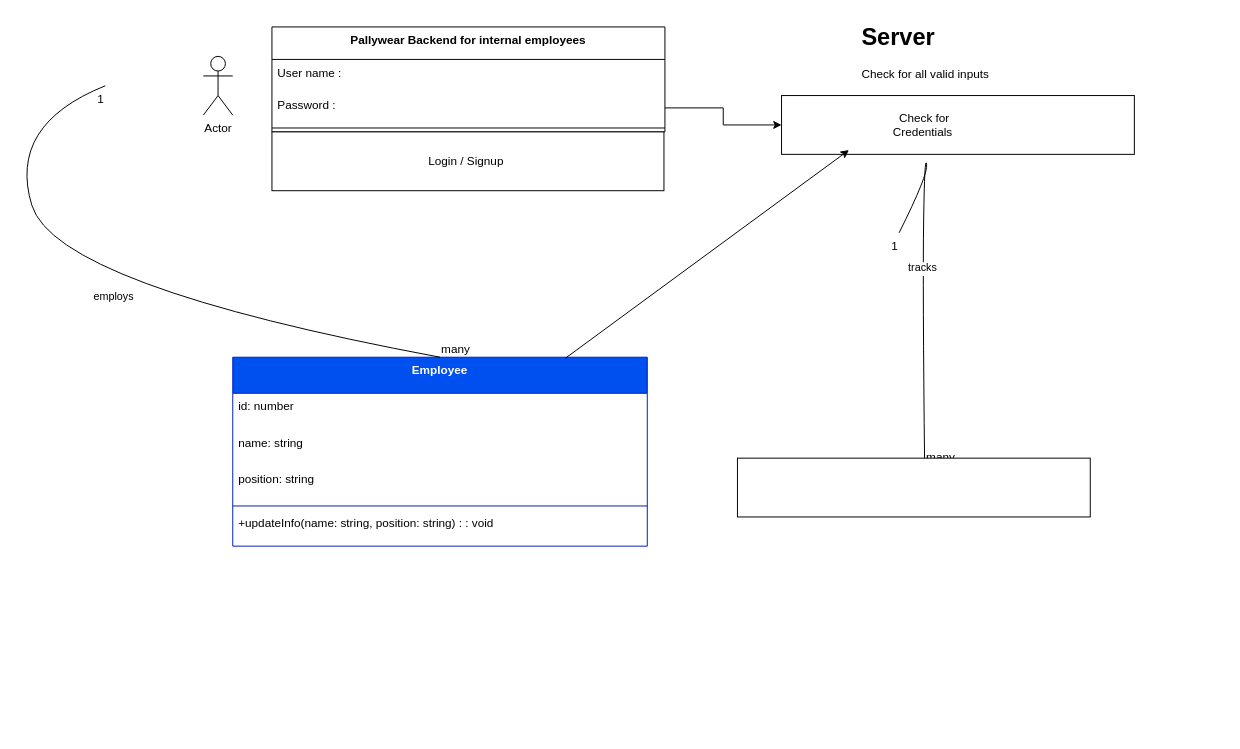
Above: page "Login Page" (1 of 6) of Untitled Diagram.drawio in Javeethgit/developer-roadmap (draw.io), before the change. Source tidied: cells renumbered, new cells numbered last; positions are measured from the earlier drawing's top-left corner, leaving out a move shared by most shapes. Both pictures are drawn from the tidied source at 98%, with x=0, y=0 at pixel (7, 17).
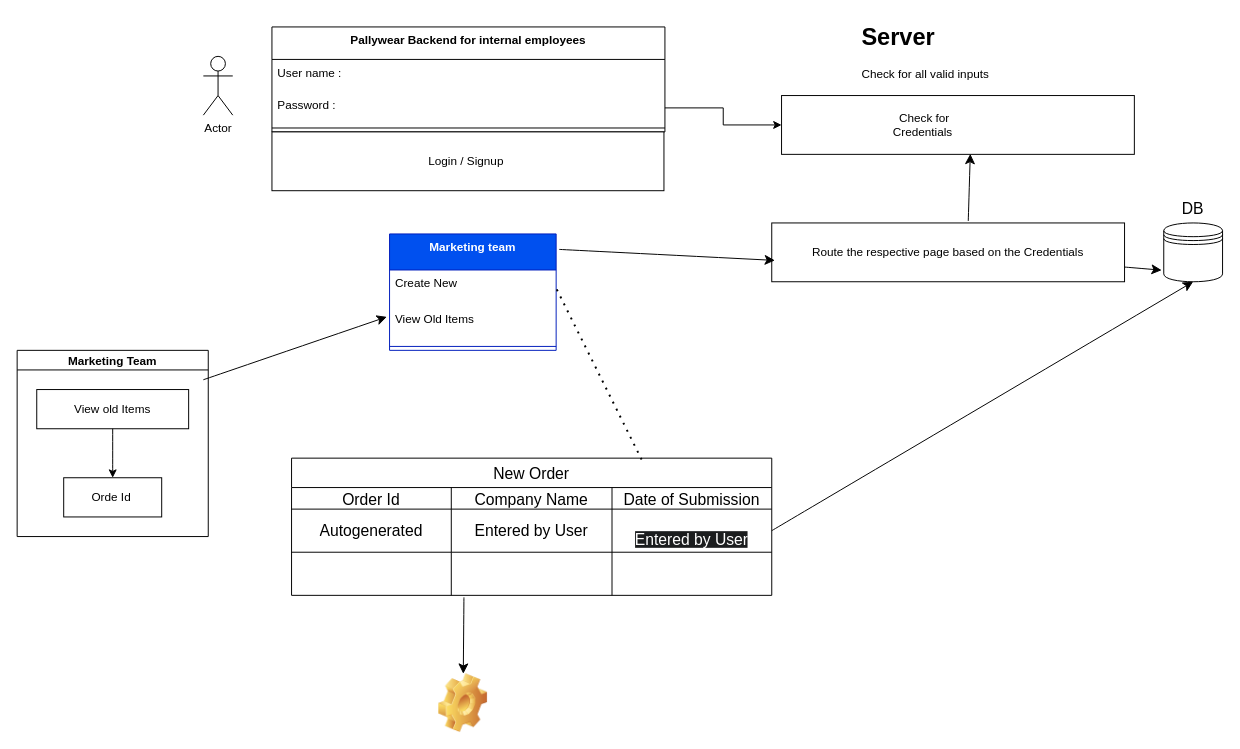
Above is the later version.

Unchanged cells that the change refers to:
```xml
<mxCell id="20" style="rounded=0;whiteSpace=wrap;html=1;" parent="1" vertex="1">
  <mxGeometry x="790" y="80" width="360" height="60" as="geometry" />
</mxCell>
```

What changed in the source:
```diff
@@
-    <mxCell id="6" value="Employee" style="swimlane;fontStyle=1;align=center;verticalAlign=top;horizontal=1;startSize=36.8;fillColor=#0050ef;strokeColor=#001DBC;fontColor=#ffffff;" parent="1" vertex="1">
-      <mxGeometry x="230" y="347" width="423" height="192.8" as="geometry" />
+    <mxCell id="6" value="Marketing team" style="swimlane;fontStyle=1;align=center;verticalAlign=top;horizontal=1;startSize=36.8;fillColor=#0050ef;strokeColor=#001DBC;fontColor=#ffffff;" parent="1" vertex="1">
+      <mxGeometry x="390" y="221.2" width="170" height="118.8" as="geometry" />
     </mxCell>
-    <mxCell id="7" value="id: number" style="text;strokeColor=none;fillColor=none;align=left;verticalAlign=top;spacingLeft=4;spacingRight=4;overflow=hidden;points=[[0,0.5],[1,0.5]];portConstraint=eastwest;" parent="6" vertex="1">
-      <mxGeometry y="36.8" width="423" height="37" as="geometry" />
+    <mxCell id="7" value="Create New " style="text;strokeColor=none;fillColor=none;align=left;verticalAlign=top;spacingLeft=4;spacingRight=4;overflow=hidden;points=[[0,0.5],[1,0.5]];portConstraint=eastwest;" parent="6" vertex="1">
+      <mxGeometry y="36.8" width="170" height="37" as="geometry" />
     </mxCell>
-    <mxCell id="8" value="name: string" style="text;strokeColor=none;fillColor=none;align=left;verticalAlign=top;spacingLeft=4;spacingRight=4;overflow=hidden;points=[[0,0.5],[1,0.5]];portConstraint=eastwest;" parent="6" vertex="1">
-      <mxGeometry y="73.8" width="423" height="37" as="geometry" />
+    <mxCell id="8" value="View Old Items" style="text;strokeColor=none;fillColor=none;align=left;verticalAlign=top;spacingLeft=4;spacingRight=4;overflow=hidden;points=[[0,0.5],[1,0.5]];portConstraint=eastwest;" parent="6" vertex="1">
+      <mxGeometry y="73.8" width="170" height="37" as="geometry" />
     </mxCell>
-    <mxCell id="9" value="position: string" style="text;strokeColor=none;fillColor=none;align=left;verticalAlign=top;spacingLeft=4;spacingRight=4;overflow=hidden;" parent="6" vertex="1">
-      <mxGeometry y="110.8" width="423" height="37" as="geometry" />
-    </mxCell>
     <mxCell id="10" style="line;strokeWidth=1;fillColor=none;align=left;verticalAlign=middle;spacingTop=-1;spacingLeft=3;spacingRight=3;labelPosition=right;strokeColor=inherit;" parent="6" vertex="1">
-      <mxGeometry y="147.8" width="423" height="8" as="geometry" />
+      <mxGeometry y="110.8" width="170" height="8" as="geometry" />
     </mxCell>
-    <mxCell id="11" value="+updateInfo(name: string, position: string) : : void" style="text;strokeColor=none;fillColor=none;align=left;verticalAlign=top;spacingLeft=4;spacingRight=4;overflow=hidden;" parent="6" vertex="1">
-      <mxGeometry y="155.8" width="423" height="37" as="geometry" />
-    </mxCell>
-    <mxCell id="12" value="employs" style="curved=1;startArrow=none;endArrow=none;entryX=0.5;entryY=0;" parent="1" edge="1" target="6">
-      <mxGeometry relative="1" as="geometry">
-        <mxPoint x="100" y="70" as="sourcePoint" />
-        <Array as="points">
-          <mxPoint y="110" />
-          <mxPoint x="50" y="274" />
-        </Array>
-      </mxGeometry>
-    </mxCell>
-    <mxCell id="13" value="1" style="edgeLabel;labelBackgroundColor=none;fontSize=12;align=right;verticalAlign=top;" parent="12" vertex="1">
-      <mxGeometry x="-1" relative="1" as="geometry" />
-    </mxCell>
-    <mxCell id="14" value="many" style="edgeLabel;labelBackgroundColor=none;fontSize=12;align=left;verticalAlign=bottom;" parent="12" vertex="1">
-      <mxGeometry x="1" relative="1" as="geometry" />
-    </mxCell>
-    <mxCell id="15" value="tracks" style="curved=1;startArrow=none;endArrow=none;entryX=0.5;entryY=0;" parent="1" edge="1">
-      <mxGeometry relative="1" as="geometry">
-        <mxPoint x="910" y="220" as="sourcePoint" />
-        <mxPoint x="936" y="457.7" as="targetPoint" />
-        <Array as="points">
-          <mxPoint x="940" y="160" />
-          <mxPoint x="936" y="140" />
-          <mxPoint x="934" y="274" />
-        </Array>
-      </mxGeometry>
-    </mxCell>
-    <mxCell id="16" value="1" style="edgeLabel;labelBackgroundColor=none;fontSize=12;align=right;verticalAlign=top;" parent="15" vertex="1">
-      <mxGeometry x="-1" relative="1" as="geometry" />
-    </mxCell>
-    <mxCell id="17" value="many" style="edgeLabel;labelBackgroundColor=none;fontSize=12;align=left;verticalAlign=bottom;" parent="15" vertex="1">
-      <mxGeometry x="1" relative="1" as="geometry" />
-    </mxCell>
@@
-    <mxCell id="24" style="edgeStyle=none;jettySize=auto;html=1;rounded=0;entryX=0.191;entryY=0.927;entryDx=0;entryDy=0;entryPerimeter=0;exitX=0.802;exitY=0.006;exitDx=0;exitDy=0;exitPerimeter=0;" parent="1" edge="1" source="6" target="20">
-      <mxGeometry relative="1" as="geometry" />
-    </mxCell>
-    <mxCell id="25" style="rounded=0;whiteSpace=wrap;html=1;" parent="1" vertex="1">
-      <mxGeometry x="745" y="450" width="360" height="60" as="geometry" />
+    <mxCell id="25" value="Route the respective page based on the Credentials" style="rounded=0;whiteSpace=wrap;html=1;" parent="1" vertex="1">
+      <mxGeometry x="780" y="210" width="360" height="60" as="geometry" />
     </mxCell>
+    <mxCell id="26" value="Marketing Team" style="swimlane;startSize=20;horizontal=1;flowOrientation=north;interRankCellSpacing=50;containerType=tree;fontSize=12;" parent="1" vertex="1">
+      <mxGeometry x="10" y="340" width="195" height="190" as="geometry" />
+    </mxCell>
+    <mxCell id="27" value="View old Items" style="whiteSpace=wrap;html=1;" parent="26" vertex="1">
+      <mxGeometry x="20" y="40" width="155" height="40" as="geometry" />
+    </mxCell>
+    <mxCell id="28" value="Orde Id&amp;nbsp;" style="whiteSpace=wrap;html=1;" parent="26" vertex="1">
+      <mxGeometry x="47.5" y="130" width="100" height="40" as="geometry" />
+    </mxCell>
+    <mxCell id="29" style="html=1;rounded=1;curved=0;sourcePerimeterSpacing=0;targetPerimeterSpacing=0;startSize=6;endSize=6;fontSize=12;noEdgeStyle=1;orthogonal=1;" parent="26" edge="1" source="27" target="28">
+      <mxGeometry relative="1" as="geometry">
+        <Array as="points">
+          <mxPoint x="97.5" y="92" />
+          <mxPoint x="97.5" y="118" />
+        </Array>
+      </mxGeometry>
+    </mxCell>
+    <mxCell id="30" style="edgeStyle=none;jettySize=auto;html=1;rounded=0;fontSize=12;startSize=8;endSize=8;curved=1;entryX=0.535;entryY=0.992;entryDx=0;entryDy=0;entryPerimeter=0;exitX=0.557;exitY=-0.035;exitDx=0;exitDy=0;exitPerimeter=0;" parent="1" edge="1" source="25" target="20">
+      <mxGeometry relative="1" as="geometry" />
+    </mxCell>
+    <mxCell id="31" style="shape=datastore;whiteSpace=wrap;html=1;" parent="1" vertex="1">
+      <mxGeometry x="1180" y="210" width="60" height="60" as="geometry" />
+    </mxCell>
+    <mxCell id="32" style="edgeStyle=none;jettySize=auto;html=1;rounded=0;fontSize=12;startSize=8;endSize=8;curved=1;exitX=1;exitY=0.75;exitDx=0;exitDy=0;entryX=-0.035;entryY=0.803;entryDx=0;entryDy=0;entryPerimeter=0;" parent="1" edge="1" source="25" target="31">
+      <mxGeometry relative="1" as="geometry" />
+    </mxCell>
+    <mxCell id="33" value="New Order" style="shape=table;startSize=30;childLayout=tableLayout;strokeColor=default;fontSize=16;" parent="1" vertex="1">
+      <mxGeometry x="290" y="450" width="490" height="140" as="geometry" />
+    </mxCell>
+    <mxCell id="34" style="shape=tableRow;horizontal=0;startSize=0;swimlaneHead=0;swimlaneBody=0;strokeColor=inherit;top=0;left=0;bottom=0;right=0;fillColor=none;fontSize=16;" parent="33" vertex="1">
+      <mxGeometry y="30" width="490" height="22" as="geometry" />
+    </mxCell>
+    <mxCell id="35" value="Order Id" style="shape=partialRectangle;html=1;whiteSpace=wrap;strokeColor=inherit;overflow=hidden;fillColor=none;top=0;left=0;bottom=0;right=0;fontSize=16;" parent="34" vertex="1">
+      <mxGeometry width="163" height="22" as="geometry" />
+    </mxCell>
+    <mxCell id="36" value="Company Name" style="shape=partialRectangle;html=1;whiteSpace=wrap;strokeColor=inherit;overflow=hidden;fillColor=none;top=0;left=0;bottom=0;right=0;fontSize=16;" parent="34" vertex="1">
+      <mxGeometry x="163" width="164" height="22" as="geometry" />
+    </mxCell>
+    <mxCell id="37" value="Date of Submission" style="shape=partialRectangle;html=1;whiteSpace=wrap;strokeColor=inherit;overflow=hidden;fillColor=none;top=0;left=0;bottom=0;right=0;fontSize=16;" parent="34" vertex="1">
+      <mxGeometry x="327" width="163" height="22" as="geometry" />
+    </mxCell>
+    <mxCell id="38" style="shape=tableRow;horizontal=0;startSize=0;swimlaneHead=0;swimlaneBody=0;strokeColor=inherit;top=0;left=0;bottom=0;right=0;fillColor=none;points=[[0,0.5],[1,0.5]];portConstraint=eastwest;fontSize=16;" parent="33" vertex="1">
+      <mxGeometry y="52" width="490" height="44" as="geometry" />
+    </mxCell>
+    <mxCell id="39" value="Autogenerated" style="shape=partialRectangle;html=1;whiteSpace=wrap;strokeColor=inherit;overflow=hidden;fillColor=none;top=0;left=0;bottom=0;right=0;fontSize=16;" parent="38" vertex="1">
+      <mxGeometry width="163" height="44" as="geometry" />
+    </mxCell>
+    <mxCell id="40" value="Entered by User" style="shape=partialRectangle;html=1;whiteSpace=wrap;strokeColor=inherit;overflow=hidden;fillColor=none;top=0;left=0;bottom=0;right=0;fontSize=16;" parent="38" vertex="1">
+      <mxGeometry x="163" width="164" height="44" as="geometry" />
+    </mxCell>
+    <mxCell id="41" value="&#10;&lt;span style=&quot;color: rgb(255, 255, 255); font-family: Helvetica; font-size: 16px; font-style: normal; font-variant-ligatures: normal; font-variant-caps: normal; font-weight: 400; letter-spacing: normal; orphans: 2; text-align: center; text-indent: 0px; text-transform: none; widows: 2; word-spacing: 0px; -webkit-text-stroke-width: 0px; white-space: normal; background-color: rgb(27, 29, 30); text-decoration-thickness: initial; text-decoration-style: initial; text-decoration-color: initial; display: inline !important; float: none;&quot;&gt;Entered by User&lt;/span&gt;&#10;&#10;" style="shape=partialRectangle;html=1;whiteSpace=wrap;strokeColor=inherit;overflow=hidden;fillColor=none;top=0;left=0;bottom=0;right=0;fontSize=16;" parent="38" vertex="1">
+      <mxGeometry x="327" width="163" height="44" as="geometry" />
+    </mxCell>
+    <mxCell id="42" style="shape=tableRow;horizontal=0;startSize=0;swimlaneHead=0;swimlaneBody=0;strokeColor=inherit;top=0;left=0;bottom=0;right=0;fillColor=none;points=[[0,0.5],[1,0.5]];portConstraint=eastwest;fontSize=16;" parent="33" vertex="1">
+      <mxGeometry y="96" width="490" height="44" as="geometry" />
+    </mxCell>
+    <mxCell id="43" style="shape=partialRectangle;html=1;whiteSpace=wrap;strokeColor=inherit;overflow=hidden;fillColor=none;top=0;left=0;bottom=0;right=0;fontSize=16;" parent="42" vertex="1">
+      <mxGeometry width="163" height="44" as="geometry" />
+    </mxCell>
+    <mxCell id="44" style="shape=partialRectangle;html=1;whiteSpace=wrap;strokeColor=inherit;overflow=hidden;fillColor=none;top=0;left=0;bottom=0;right=0;fontSize=16;" parent="42" vertex="1">
+      <mxGeometry x="163" width="164" height="44" as="geometry" />
+    </mxCell>
+    <mxCell id="45" style="shape=partialRectangle;html=1;whiteSpace=wrap;strokeColor=inherit;overflow=hidden;fillColor=none;top=0;left=0;bottom=0;right=0;fontSize=16;" parent="42" vertex="1">
+      <mxGeometry x="327" width="163" height="44" as="geometry" />
+    </mxCell>
+    <mxCell id="46" style="shape=image;html=1;verticalLabelPosition=bottom;verticalAlign=top;imageAspect=0;image=img/clipart/Gear_128x128.png;" parent="1" vertex="1">
+      <mxGeometry x="440" y="670" width="50" height="60" as="geometry" />
+    </mxCell>
+    <mxCell id="47" style="edgeStyle=none;jettySize=auto;html=1;rounded=0;fontSize=12;startSize=8;endSize=8;curved=1;exitX=0.359;exitY=1.048;exitDx=0;exitDy=0;exitPerimeter=0;" parent="1" edge="1" source="42" target="46">
+      <mxGeometry relative="1" as="geometry" />
+    </mxCell>
+    <mxCell id="48" style="edgeStyle=none;jettySize=auto;html=1;rounded=0;fontSize=12;startSize=8;endSize=8;curved=1;entryX=-0.016;entryY=0.292;entryDx=0;entryDy=0;entryPerimeter=0;" parent="1" edge="1" target="8">
+      <mxGeometry relative="1" as="geometry">
+        <mxPoint x="200" y="370" as="sourcePoint" />
+      </mxGeometry>
+    </mxCell>
+    <mxCell id="49" style="edgeStyle=none;jettySize=auto;html=1;rounded=0;fontSize=12;startSize=8;endSize=8;curved=1;exitX=1.019;exitY=0.133;exitDx=0;exitDy=0;exitPerimeter=0;entryX=0.009;entryY=0.637;entryDx=0;entryDy=0;entryPerimeter=0;" parent="1" edge="1" source="6" target="25">
+      <mxGeometry relative="1" as="geometry" />
+    </mxCell>
+    <mxCell id="50" style="endArrow=none;dashed=1;html=1;dashPattern=1 3;strokeWidth=2;rounded=0;fontSize=12;startSize=8;endSize=8;curved=1;exitX=0.729;exitY=0.01;exitDx=0;exitDy=0;exitPerimeter=0;entryX=1;entryY=0.5;entryDx=0;entryDy=0;" parent="1" edge="1" source="33" target="7">
+      <mxGeometry relative="1" as="geometry" />
+    </mxCell>
+    <mxCell id="51" style="edgeStyle=none;jettySize=auto;html=1;rounded=0;fontSize=12;startSize=8;endSize=8;curved=1;exitX=1;exitY=0.5;exitDx=0;exitDy=0;entryX=0.5;entryY=1;entryDx=0;entryDy=0;" parent="1" edge="1" source="38" target="31">
+      <mxGeometry relative="1" as="geometry" />
+    </mxCell>
+    <mxCell id="52" value="DB" style="text;html=1;align=center;verticalAlign=middle;whiteSpace=wrap;rounded=0;fontSize=16;" parent="1" vertex="1">
+      <mxGeometry x="1180" y="180" width="60" height="30" as="geometry" />
+    </mxCell>
```
